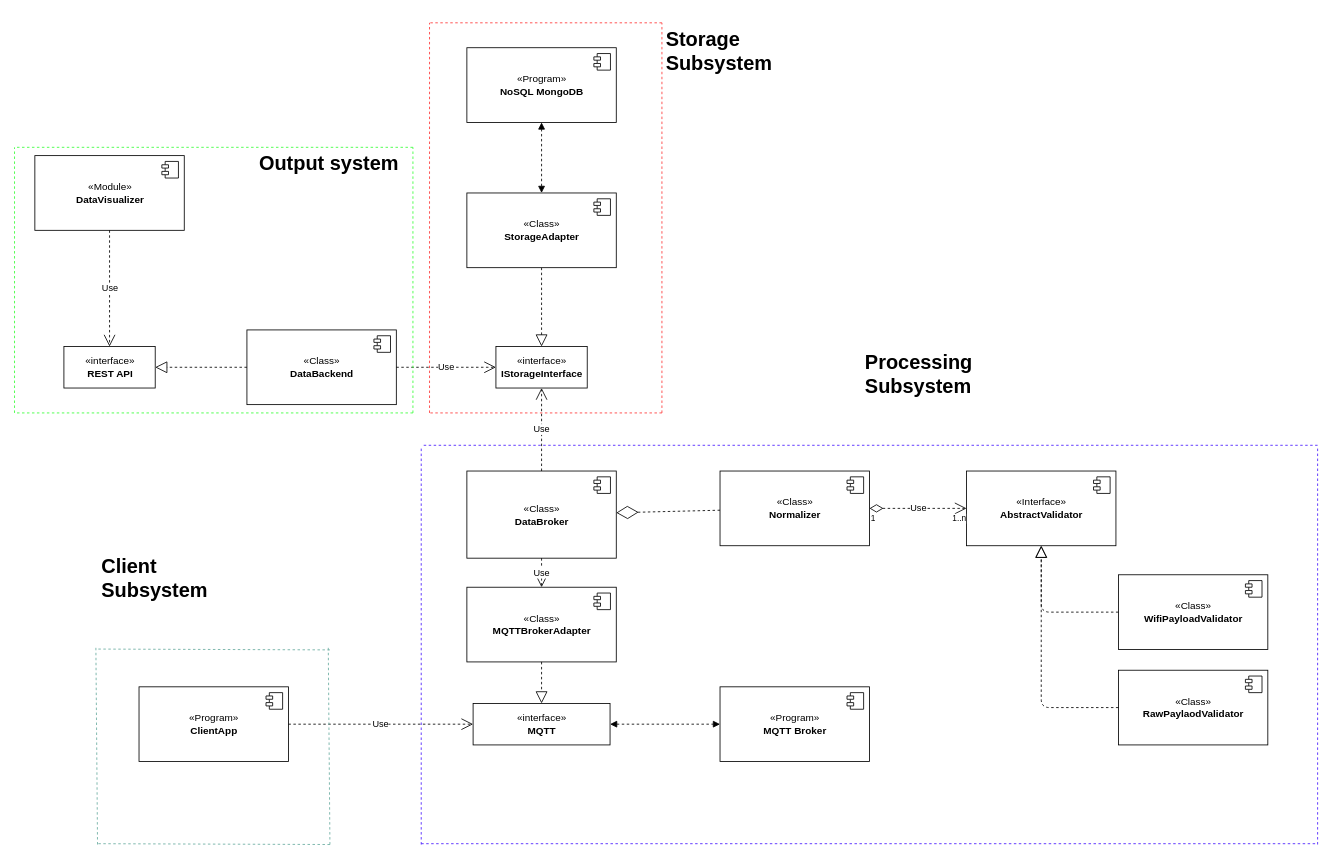
Kirkirillka/GPS_Tracker keeps this draw.io diagram as page "overview" (2 of 3) of docs/schemes/classes/ClassDiagram.drawio. Above is the earlier version. Source tidied: cells renumbered, new cells numbered last; positions are measured from the earlier drawing's top-left corner, leaving out a move shared by most shapes. Both pictures are drawn from the tidied source at 83%, with x=0, y=0 at pixel (14, 22).
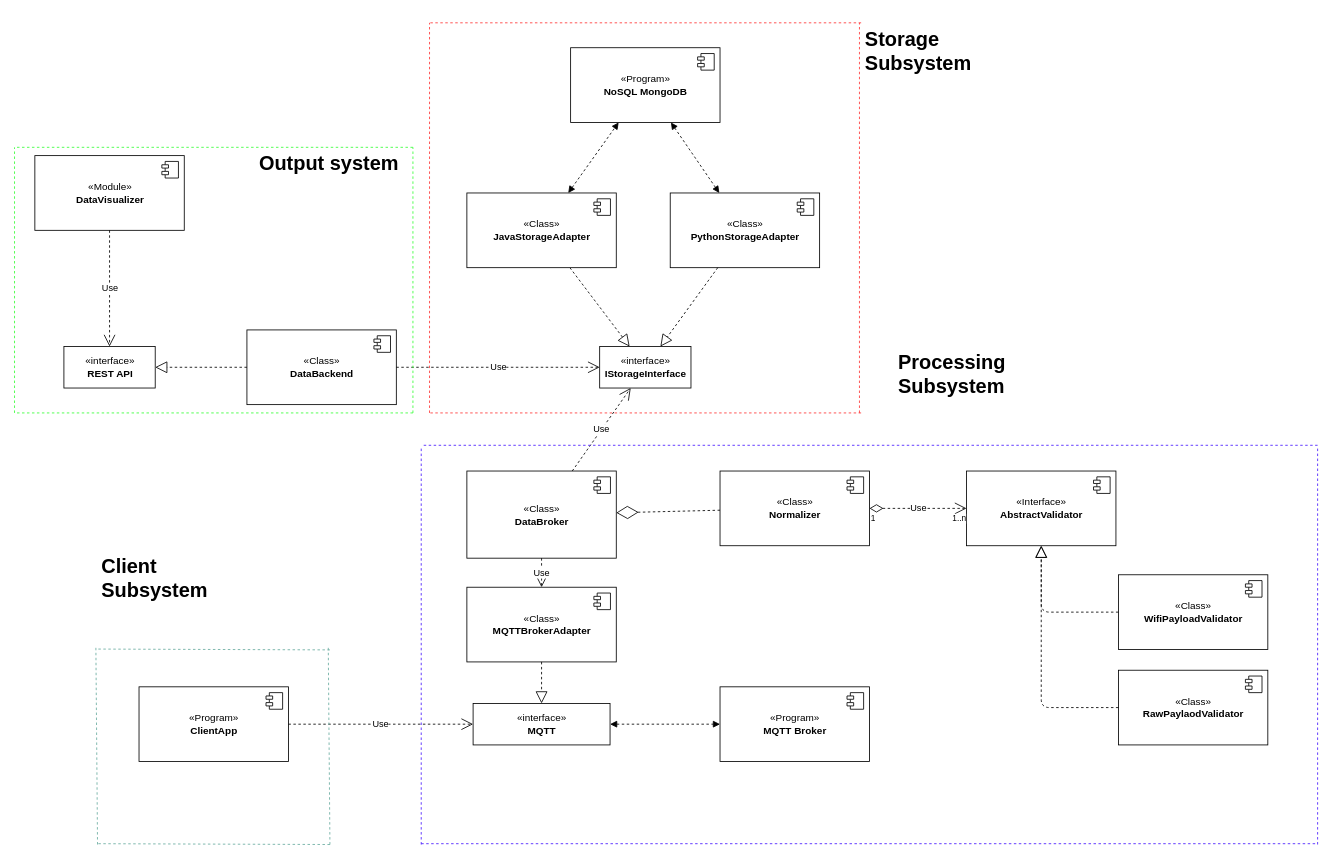
After the change.

Commit message (it also covers changes not shown here):
IStorageAdapter is now an general interface - PythonStorageAdapter and JavaStorageAdapter should be implemented.

Diff of the diagram source:
```diff
@@
     <mxCell id="2" value="«interface»&lt;br&gt;&lt;b&gt;IStorageInterface&lt;/b&gt;" style="html=1;" parent="1" vertex="1">
-      <mxGeometry x="580" y="390" width="110" height="50" as="geometry" />
+      <mxGeometry x="705" y="390" width="110" height="50" as="geometry" />
     </mxCell>
@@
-    <mxCell id="11" value="«Class»&lt;br&gt;&lt;b&gt;StorageAdapter&lt;/b&gt;" style="html=1;" parent="1" vertex="1">
+    <mxCell id="11" value="«Class»&lt;br&gt;&lt;b&gt;JavaStorageAdapter&lt;/b&gt;" style="html=1;" parent="1" vertex="1">
       <mxGeometry x="545" y="205" width="180" height="90" as="geometry" />
     </mxCell>
@@
     <mxCell id="20" value="«Program»&lt;br&gt;&lt;b&gt;NoSQL MongoDB&lt;/b&gt;" style="html=1;" parent="1" vertex="1">
-      <mxGeometry x="545" y="30" width="180" height="90" as="geometry" />
+      <mxGeometry x="670" y="30" width="180" height="90" as="geometry" />
     </mxCell>
@@
     <mxCell id="49" style="endArrow=none;dashed=1;html=1;strokeColor=#FF3333;" parent="1" edge="1">
       <mxGeometry relative="1" as="geometry">
-        <mxPoint x="780" as="sourcePoint" />
+        <mxPoint x="1020" as="sourcePoint" />
         <mxPoint x="500" as="targetPoint" />
       </mxGeometry>
     </mxCell>
     <mxCell id="50" style="endArrow=none;dashed=1;html=1;strokeColor=#FF3333;" parent="1" edge="1">
       <mxGeometry relative="1" as="geometry">
-        <mxPoint x="780" y="470" as="sourcePoint" />
+        <mxPoint x="1020" y="470" as="sourcePoint" />
         <mxPoint x="500" y="470" as="targetPoint" />
       </mxGeometry>
     </mxCell>
@@
     <mxCell id="52" style="endArrow=none;dashed=1;html=1;strokeColor=#FF3333;" parent="1" edge="1">
       <mxGeometry relative="1" as="geometry">
-        <mxPoint x="780" y="470" as="sourcePoint" />
-        <mxPoint x="780" as="targetPoint" />
+        <mxPoint x="1018" y="470" as="sourcePoint" />
+        <mxPoint x="1018" as="targetPoint" />
       </mxGeometry>
     </mxCell>
@@
     <mxCell id="57" value="&lt;h1&gt;Storage Subsystem&lt;/h1&gt;&lt;p&gt;&lt;br&gt;&lt;/p&gt;" style="text;html=1;strokeColor=none;fillColor=none;spacing=5;spacingTop=-20;whiteSpace=wrap;overflow=hidden;rounded=0;" parent="1" vertex="1">
-      <mxGeometry x="780" width="190" height="120" as="geometry" />
+      <mxGeometry x="1019.5" width="190" height="120" as="geometry" />
     </mxCell>
@@
     <mxCell id="59" value="&lt;h1&gt;Processing Subsystem&lt;/h1&gt;" style="text;html=1;strokeColor=none;fillColor=none;spacing=5;spacingTop=-20;whiteSpace=wrap;overflow=hidden;rounded=0;" parent="1" vertex="1">
-      <mxGeometry x="1020" y="390" width="190" height="120" as="geometry" />
+      <mxGeometry x="1060" y="390" width="190" height="120" as="geometry" />
     </mxCell>
@@
+    <mxCell id="65" value="«Class»&lt;br&gt;&lt;b&gt;PythonStorageAdapter&lt;/b&gt;" style="html=1;" parent="1" vertex="1">
+      <mxGeometry x="790" y="205" width="180" height="90" as="geometry" />
+    </mxCell>
+    <mxCell id="66" style="shape=component;jettyWidth=8;jettyHeight=4;" parent="65" vertex="1">
+      <mxGeometry x="1" width="20" height="20" relative="1" as="geometry">
+        <mxPoint x="-27" y="7" as="offset" />
+      </mxGeometry>
+    </mxCell>
+    <mxCell id="67" style="endArrow=block;dashed=1;endFill=0;endSize=12;html=1;" parent="1" edge="1" source="65" target="2">
+      <mxGeometry relative="1" as="geometry" />
+    </mxCell>
+    <mxCell id="68" style="endArrow=block;startArrow=block;endFill=1;startFill=1;html=1;dashed=1;" parent="1" edge="1" source="65" target="20">
+      <mxGeometry relative="1" as="geometry" />
+    </mxCell>
```
